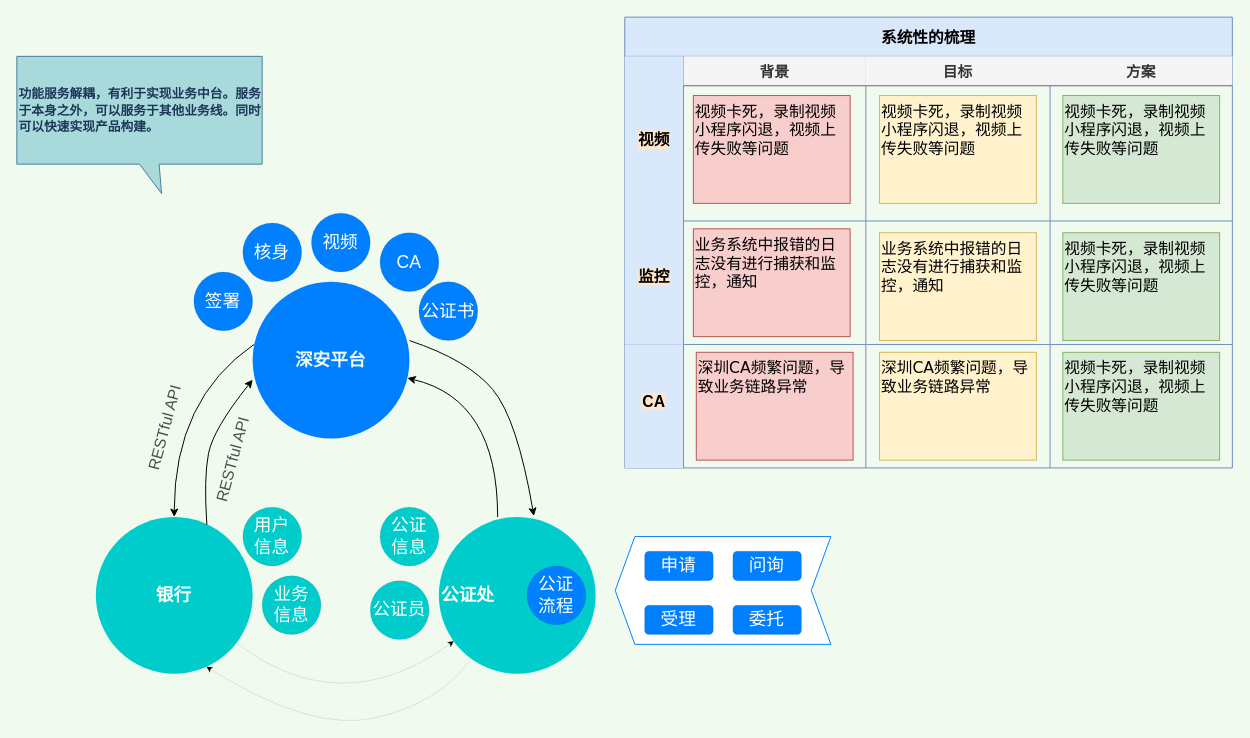
Earlier version of the draw.io diagram page "梳理赋强" (1 of 2) of 赋强创新思路.drawio (wuyongfeng/wuyongfeng). Source tidied: cells renumbered, new cells numbered last; positions are measured from the earlier drawing's top-left corner, leaving out a move shared by most shapes. Both pictures are drawn from the tidied source at 98%, with x=0, y=0 at pixel (17, 17).
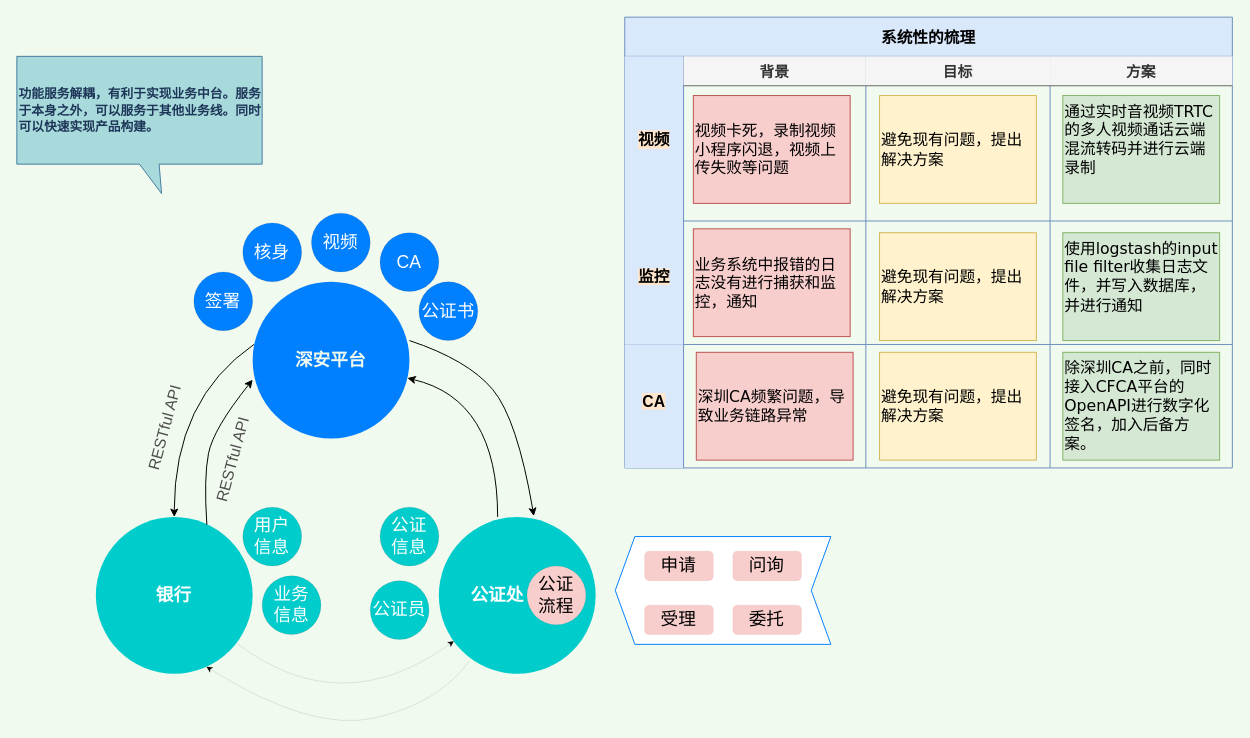
The same page after the edit.

Commit message:
Update 赋强创新思路.drawio

The change refers to these unchanged cells:
```xml
<mxCell id="32" value="背景" style="swimlane;swimlaneHead=0;swimlaneBody=0;fontStyle=0;fillColor=#f5f5f5;startSize=30;fontStyle=1;strokeColor=#666666;fontSize=15;fontColor=#333333;" parent="31" vertex="1">
  <mxGeometry x="60" width="186" height="168" as="geometry" />
</mxCell>
<mxCell id="34" value="目标" style="swimlane;swimlaneHead=0;swimlaneBody=0;fontStyle=0;fillColor=#f5f5f5;startSize=30;fontStyle=1;strokeColor=#666666;fontSize=15;fontColor=#333333;" parent="31" vertex="1">
  <mxGeometry x="246" width="188" height="168" as="geometry" />
</mxCell>
<mxCell id="36" value="方案" style="swimlane;swimlaneHead=0;swimlaneBody=0;fontStyle=0;fillColor=#f5f5f5;startSize=30;fontStyle=1;strokeColor=#666666;fontSize=15;fontColor=#333333;" parent="31" vertex="1">
  <mxGeometry x="434" width="186" height="168" as="geometry" />
</mxCell>
<mxCell id="39" style="swimlane;swimlaneHead=0;swimlaneBody=0;fontStyle=0;fillColor=#DAE8FC;startSize=0;fontStyle=1;strokeColor=#666666;fontColor=#333333;" parent="38" vertex="1">
  <mxGeometry x="60" width="186" height="126" as="geometry" />
</mxCell>
<mxCell id="41" style="swimlane;swimlaneHead=0;swimlaneBody=0;fontStyle=0;fillColor=#dae8fc;startSize=0;fontStyle=1;strokeColor=#6c8ebf;" parent="38" vertex="1">
  <mxGeometry x="246" width="188" height="126" as="geometry" />
</mxCell>
<mxCell id="43" style="swimlane;swimlaneHead=0;swimlaneBody=0;fontStyle=0;fillColor=#dae8fc;startSize=0;fontStyle=1;strokeColor=#6c8ebf;" parent="38" vertex="1">
  <mxGeometry x="434" width="186" height="126" as="geometry" />
</mxCell>
<mxCell id="46" style="swimlane;swimlaneHead=0;swimlaneBody=0;fontStyle=0;fillColor=#dae8fc;startSize=0;fontStyle=1;strokeColor=#6c8ebf;" parent="45" vertex="1">
  <mxGeometry x="60" width="186" height="126" as="geometry" />
</mxCell>
<mxCell id="48" style="swimlane;swimlaneHead=0;swimlaneBody=0;fontStyle=0;fillColor=#dae8fc;startSize=0;fontStyle=1;strokeColor=#6c8ebf;" parent="45" vertex="1">
  <mxGeometry x="246" width="188" height="126" as="geometry" />
</mxCell>
<mxCell id="50" style="swimlane;swimlaneHead=0;swimlaneBody=0;fontStyle=0;fillColor=#dae8fc;startSize=0;fontStyle=1;strokeColor=#6c8ebf;" parent="45" vertex="1">
  <mxGeometry x="434" width="186" height="126" as="geometry" />
</mxCell>
```

What changed in the source:
```diff
@@
-    <mxCell id="15" value="公证&lt;br&gt;流程" style="ellipse;whiteSpace=wrap;html=1;shadow=0;sketch=0;fontSize=18;fontColor=#FFFFFF;strokeColor=default;strokeWidth=0;fillColor=#007FFF;gradientColor=none;" parent="1" vertex="1">
+    <mxCell id="15" value="公证&lt;br&gt;流程" style="ellipse;whiteSpace=wrap;html=1;shadow=0;sketch=0;fontSize=18;strokeColor=#b85450;strokeWidth=0;fillColor=#f8cecc;" parent="1" vertex="1">
       <mxGeometry x="520.3" y="560" width="60" height="60" as="geometry" />
     </mxCell>
     <mxCell id="16" value="&lt;span style=&quot;font-weight: 700&quot;&gt;公证处&lt;/span&gt;" style="text;html=1;strokeColor=none;fillColor=none;align=center;verticalAlign=middle;whiteSpace=wrap;rounded=0;shadow=0;sketch=0;fontSize=18;fontColor=#FFFFFF;" parent="1" vertex="1">
-      <mxGeometry x="430.3" y="575" width="60" height="30" as="geometry" />
+      <mxGeometry x="460.3" y="575" width="60" height="30" as="geometry" />
     </mxCell>
@@
-    <mxCell id="18" value="委托" style="rounded=1;whiteSpace=wrap;html=1;shadow=0;sketch=0;fontSize=18;fontColor=#FFFFFF;strokeColor=default;strokeWidth=0;fillColor=#007FFF;gradientColor=none;" parent="1" vertex="1">
+    <mxCell id="18" value="委托" style="rounded=1;whiteSpace=wrap;html=1;shadow=0;sketch=0;fontSize=18;strokeColor=#b85450;strokeWidth=0;fillColor=#f8cecc;" parent="1" vertex="1">
       <mxGeometry x="730.3" y="600" width="70" height="30" as="geometry" />
     </mxCell>
-    <mxCell id="19" value="受理" style="rounded=1;whiteSpace=wrap;html=1;shadow=0;sketch=0;fontSize=18;fontColor=#FFFFFF;strokeColor=default;strokeWidth=0;fillColor=#007FFF;gradientColor=none;" parent="1" vertex="1">
+    <mxCell id="19" value="受理" style="rounded=1;whiteSpace=wrap;html=1;shadow=0;sketch=0;fontSize=18;strokeColor=#b85450;strokeWidth=0;fillColor=#f8cecc;" parent="1" vertex="1">
       <mxGeometry x="640.3" y="600" width="70" height="30" as="geometry" />
     </mxCell>
-    <mxCell id="20" value="问询" style="rounded=1;whiteSpace=wrap;html=1;shadow=0;sketch=0;fontSize=18;fontColor=#FFFFFF;strokeColor=default;strokeWidth=0;fillColor=#007FFF;gradientColor=none;" parent="1" vertex="1">
+    <mxCell id="20" value="问询" style="rounded=1;whiteSpace=wrap;html=1;shadow=0;sketch=0;fontSize=18;strokeColor=#b85450;strokeWidth=0;fillColor=#f8cecc;" parent="1" vertex="1">
       <mxGeometry x="730.3" y="545" width="70" height="30" as="geometry" />
     </mxCell>
-    <mxCell id="21" value="申请" style="rounded=1;whiteSpace=wrap;html=1;shadow=0;sketch=0;fontSize=18;fontColor=#FFFFFF;strokeColor=default;strokeWidth=0;fillColor=#007FFF;gradientColor=none;" parent="1" vertex="1">
+    <mxCell id="21" value="申请" style="rounded=1;whiteSpace=wrap;html=1;shadow=0;sketch=0;fontSize=18;strokeColor=#b85450;strokeWidth=0;fillColor=#f8cecc;" parent="1" vertex="1">
       <mxGeometry x="640.3" y="545" width="70" height="30" as="geometry" />
     </mxCell>
@@
-    <mxCell id="33" value="视频卡死，录制视频小程序闪退，视频上传失败等问题" style="text;whiteSpace=wrap;html=1;fontSize=16;fontFamily=Verdana;fillColor=#f8cecc;strokeColor=#b85450;" parent="32" vertex="1">
+    <mxCell id="33" value="视频卡死，录制视频小程序闪退，视频上传失败等问题" style="text;whiteSpace=wrap;html=1;fontSize=16;fontFamily=Verdana;fillColor=#f8cecc;strokeColor=#b85450;verticalAlign=middle;" parent="32" vertex="1">
       <mxGeometry x="10" y="40" width="160" height="110" as="geometry" />
     </mxCell>
@@
-    <mxCell id="35" value="视频卡死，录制视频小程序闪退，视频上传失败等问题" style="text;whiteSpace=wrap;html=1;fontSize=16;fontFamily=Verdana;fillColor=#fff2cc;strokeColor=#d6b656;" parent="34" vertex="1">
+    <mxCell id="35" value="避免现有问题，提出解决方案" style="text;whiteSpace=wrap;html=1;fontSize=16;fontFamily=Verdana;fillColor=#fff2cc;strokeColor=#d6b656;verticalAlign=middle;" parent="34" vertex="1">
       <mxGeometry x="14" y="40" width="160" height="110" as="geometry" />
     </mxCell>
@@
-    <mxCell id="37" value="视频卡死，录制视频小程序闪退，视频上传失败等问题" style="text;whiteSpace=wrap;html=1;fontSize=16;fontFamily=Verdana;fillColor=#d5e8d4;strokeColor=#82b366;" parent="36" vertex="1">
+    <mxCell id="37" value="通过实时音视频TRTC的多人视频通话云端混流转码并进行云端录制" style="text;whiteSpace=wrap;html=1;fontSize=16;fontFamily=Verdana;fillColor=#d5e8d4;strokeColor=#82b366;" parent="36" vertex="1">
       <mxGeometry x="13" y="40" width="160" height="110" as="geometry" />
     </mxCell>
@@
-    <mxCell id="40" value="业务系统中报错的日志没有进行捕获和监控，通知" style="text;whiteSpace=wrap;html=1;fontSize=16;fontFamily=Verdana;fillColor=#f8cecc;strokeColor=#b85450;" parent="39" vertex="1">
+    <mxCell id="40" value="业务系统中报错的日志没有进行捕获和监控，通知" style="text;whiteSpace=wrap;html=1;fontSize=16;fontFamily=Verdana;fillColor=#f8cecc;strokeColor=#b85450;verticalAlign=middle;" parent="39" vertex="1">
       <mxGeometry x="10" y="8" width="160" height="110" as="geometry" />
     </mxCell>
@@
-    <mxCell id="42" value="业务系统中报错的日志没有进行捕获和监控，通知" style="text;whiteSpace=wrap;html=1;fontSize=16;fontFamily=Verdana;fillColor=#fff2cc;strokeColor=#d6b656;" parent="41" vertex="1">
+    <mxCell id="42" value="避免现有问题，提出解决方案" style="text;whiteSpace=wrap;html=1;fontSize=16;fontFamily=Verdana;fillColor=#fff2cc;strokeColor=#d6b656;verticalAlign=middle;" parent="41" vertex="1">
       <mxGeometry x="14" y="12" width="160" height="110" as="geometry" />
     </mxCell>
@@
-    <mxCell id="44" value="视频卡死，录制视频小程序闪退，视频上传失败等问题" style="text;whiteSpace=wrap;html=1;fontSize=16;fontFamily=Verdana;fillColor=#d5e8d4;strokeColor=#82b366;" parent="43" vertex="1">
+    <mxCell id="44" value="使用logstash的input file filter收集日志文件，并写入数据库，并进行通知" style="text;whiteSpace=wrap;html=1;fontSize=16;fontFamily=Verdana;fillColor=#d5e8d4;strokeColor=#82b366;" parent="43" vertex="1">
       <mxGeometry x="13" y="12" width="160" height="110" as="geometry" />
     </mxCell>
@@
-    <mxCell id="47" value="深圳CA频繁问题，导致业务链路异常" style="text;whiteSpace=wrap;html=1;fontSize=16;fontFamily=Verdana;fillColor=#f8cecc;strokeColor=#b85450;" parent="46" vertex="1">
+    <mxCell id="47" value="深圳CA频繁问题，导致业务链路异常" style="text;whiteSpace=wrap;html=1;fontSize=16;fontFamily=Verdana;fillColor=#f8cecc;strokeColor=#b85450;verticalAlign=middle;" parent="46" vertex="1">
       <mxGeometry x="13" y="8" width="160" height="110" as="geometry" />
     </mxCell>
@@
-    <mxCell id="49" value="深圳CA频繁问题，导致业务链路异常" style="text;whiteSpace=wrap;html=1;fontSize=16;fontFamily=Verdana;fillColor=#fff2cc;strokeColor=#d6b656;" parent="48" vertex="1">
+    <mxCell id="49" value="避免现有问题，提出解决方案" style="text;whiteSpace=wrap;html=1;fontSize=16;fontFamily=Verdana;fillColor=#fff2cc;strokeColor=#d6b656;verticalAlign=middle;" parent="48" vertex="1">
       <mxGeometry x="14" y="8" width="160" height="110" as="geometry" />
     </mxCell>
@@
-    <mxCell id="51" value="视频卡死，录制视频小程序闪退，视频上传失败等问题" style="text;whiteSpace=wrap;html=1;fontSize=16;fontFamily=Verdana;fillColor=#d5e8d4;strokeColor=#82b366;" parent="50" vertex="1">
+    <mxCell id="51" value="除深圳CA之前，同时接入CFCA平台的OpenAPI进行数字化签名，加入后备方案。" style="text;whiteSpace=wrap;html=1;fontSize=16;fontFamily=Verdana;fillColor=#d5e8d4;strokeColor=#82b366;" parent="50" vertex="1">
       <mxGeometry x="13" y="8" width="160" height="110" as="geometry" />
     </mxCell>
```
